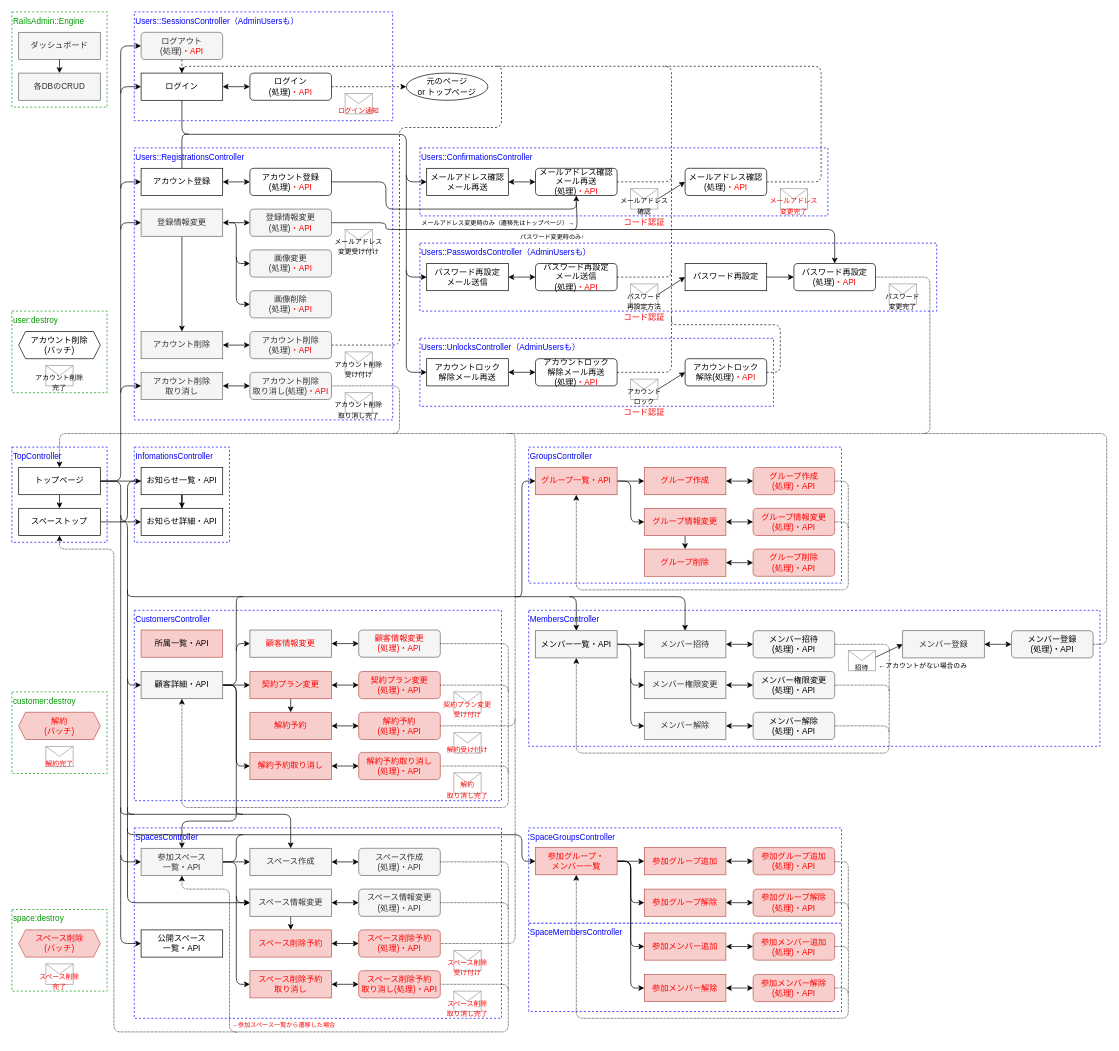
Above: 設計/画面遷移図.drawio in nightonlypj/rails-app-origin (draw.io), before the change. Source tidied: cells renumbered, new cells numbered last; positions are measured from the earlier drawing's top-left corner, leaving out a move shared by most shapes. Both pictures are drawn from the tidied source at 68%, with x=0, y=0 at pixel (12, 12).
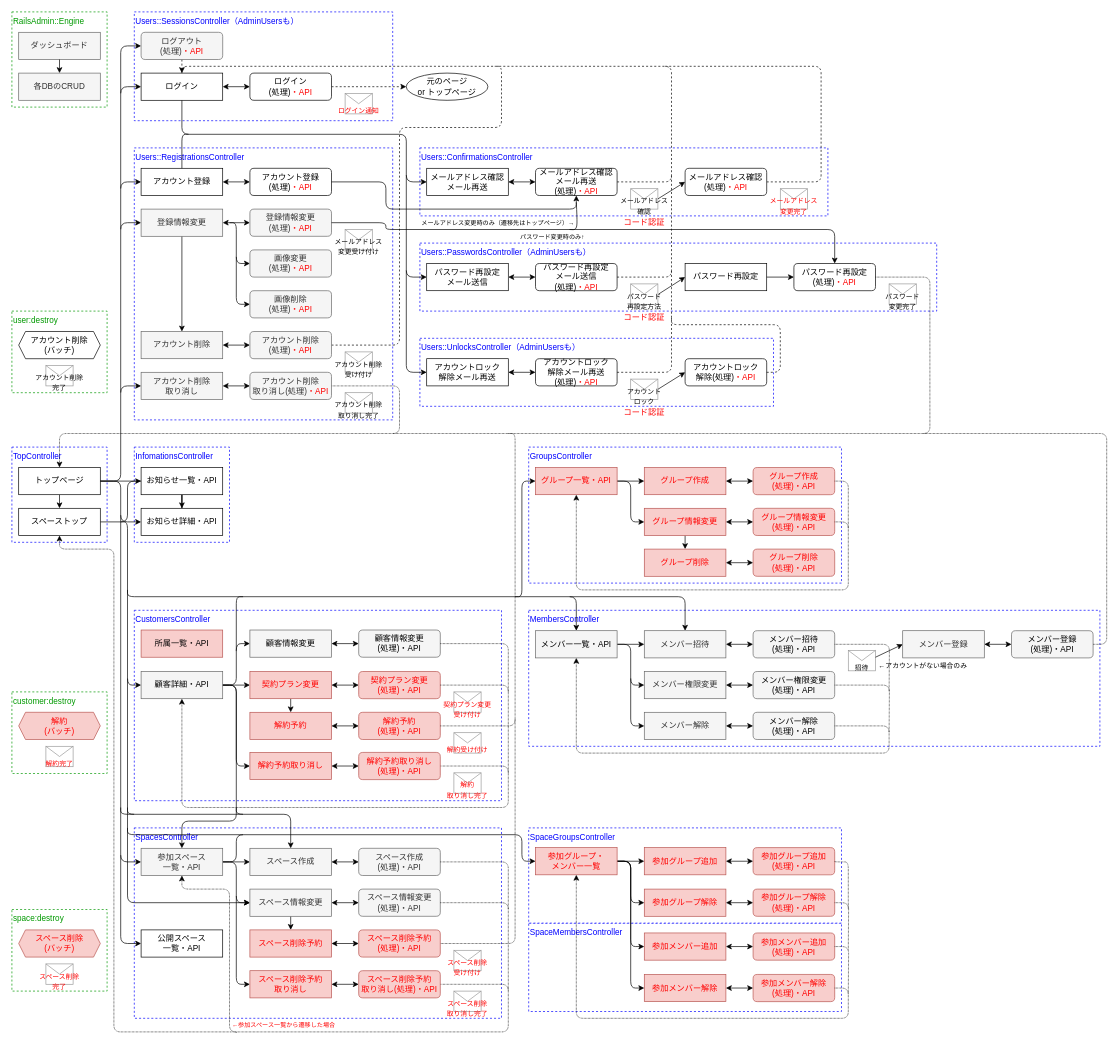
The same diagram, later.

The edit, as a diff of the source:
```diff
@@
-    <mxCell id="122" value="&lt;font color=&quot;#ff0000&quot;&gt;顧客情報変更&lt;/font&gt;" style="rounded=0;whiteSpace=wrap;html=1;fillColor=#f5f5f5;strokeColor=#666666;fontColor=#333333;" parent="1" vertex="1">
+    <mxCell id="122" value="&lt;font color=&quot;#000000&quot;&gt;顧客情報変更&lt;/font&gt;" style="rounded=0;whiteSpace=wrap;html=1;fillColor=#f5f5f5;strokeColor=#666666;fontColor=#333333;" parent="1" vertex="1">
       <mxGeometry x="350" y="909" width="120" height="40" as="geometry" />
     </mxCell>
@@
-    <mxCell id="124" value="&lt;font color=&quot;#ff0000&quot;&gt;顧客情報変更&lt;span&gt;&lt;br&gt;(処理)&lt;/span&gt;・API&lt;/font&gt;&lt;span&gt;&lt;br&gt;&lt;/span&gt;" style="rounded=1;whiteSpace=wrap;html=1;fillColor=#f5f5f5;strokeColor=#666666;fontColor=#333333;" parent="1" vertex="1">
+    <mxCell id="124" value="&lt;font color=&quot;#000000&quot;&gt;顧客情報変更&lt;br&gt;(処理)・API&lt;/font&gt;&lt;span&gt;&lt;br&gt;&lt;/span&gt;" style="rounded=1;whiteSpace=wrap;html=1;fillColor=#f5f5f5;strokeColor=#666666;fontColor=#333333;" parent="1" vertex="1">
       <mxGeometry x="510" y="909" width="120" height="40" as="geometry" />
     </mxCell>
```
